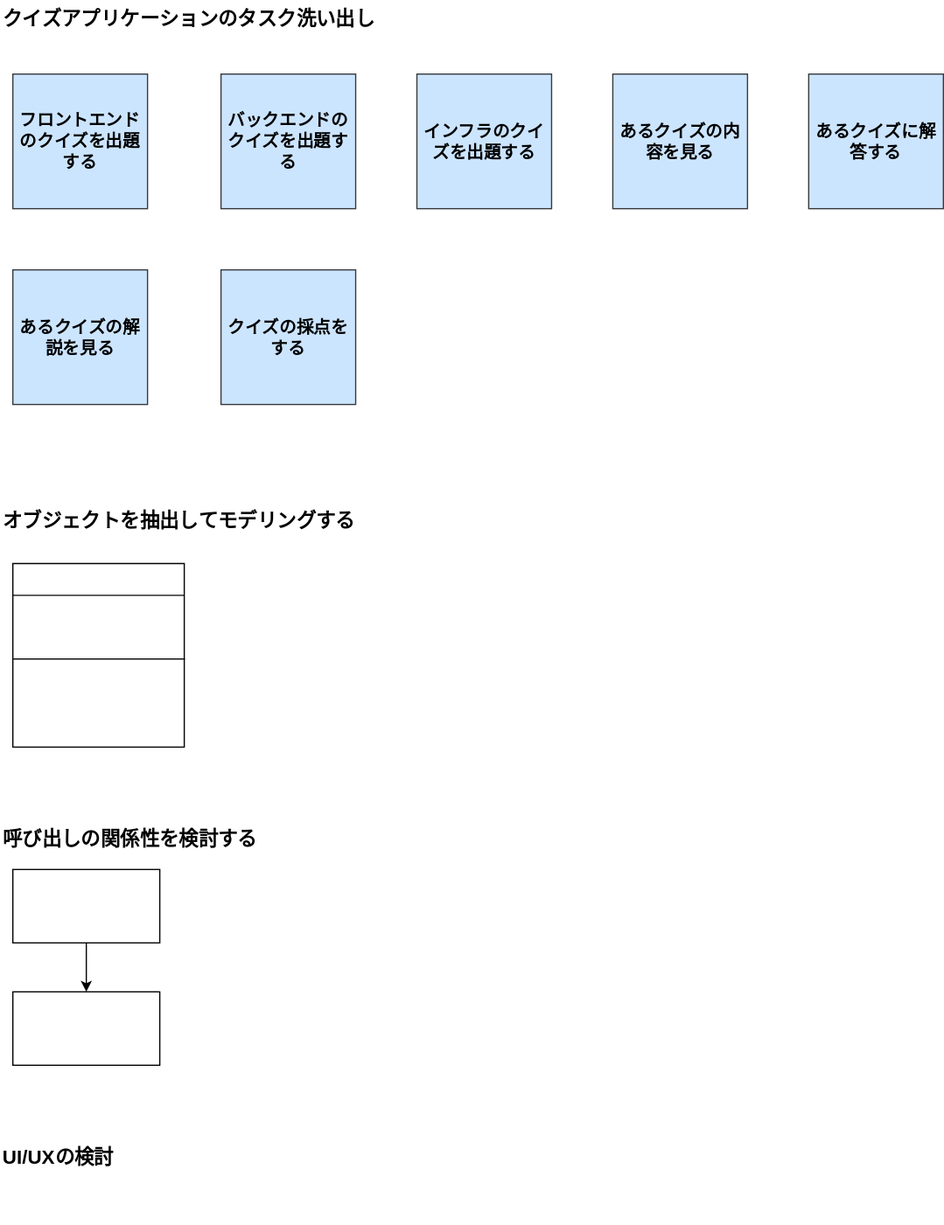
Above: 002-develop/web-developer-training-design/UI-modeling.drawio.svg in sekine555/web-developer-training (draw.io), before the change. Source tidied: cells renumbered, new cells last; positions are measured from the earlier drawing's top-left corner, leaving out a move shared by most shapes.
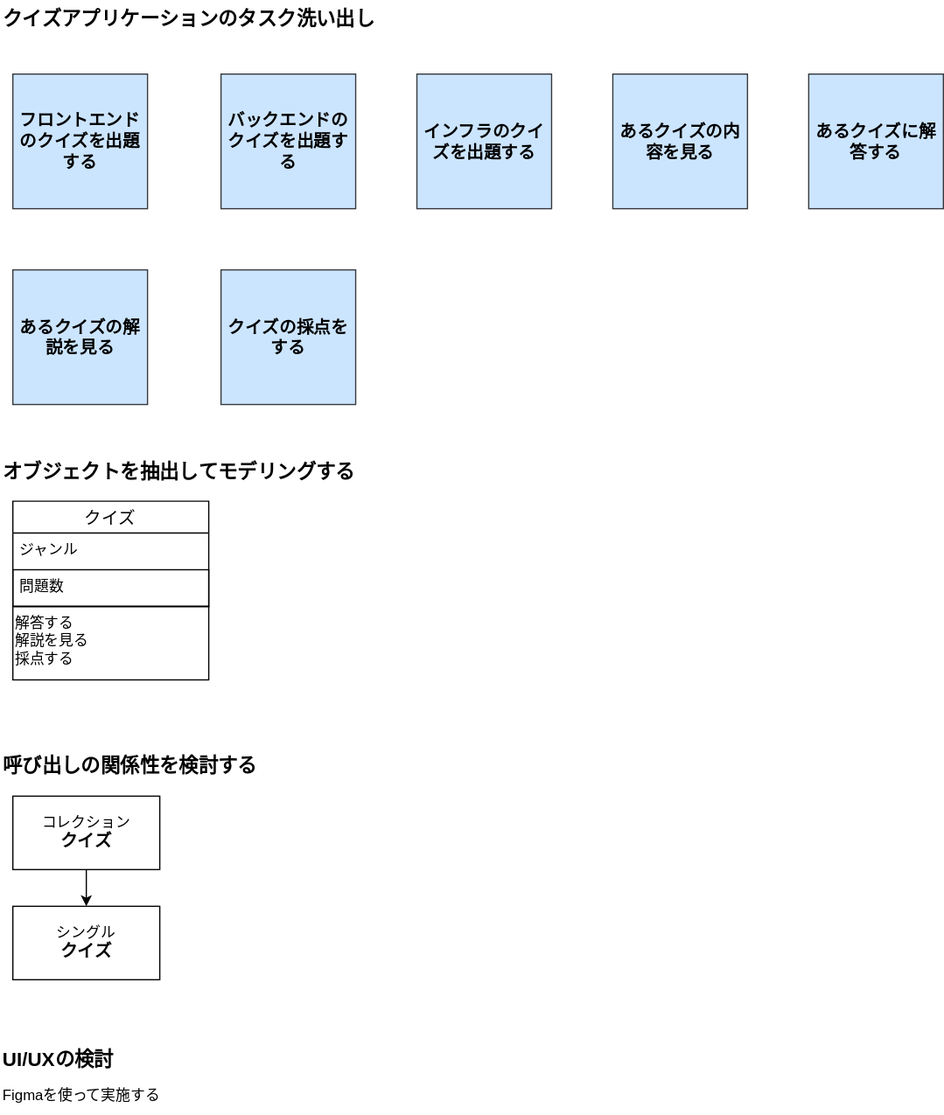
The same diagram one commit later.

Commit message:
docs: UI/UXのモデリング資料修正

Change to the diagram source:
```diff
@@ -1,8 +1,8 @@
-<mxGraphModel>
+<mxGraphModel background="#ffffff">
   <root>
     <mxCell id="0" />
     <mxCell id="1" parent="0" />
-    <mxCell id="2" value="クイズアプリケーションのタスク洗い出し" style="text;html=1;strokeColor=none;fillColor=none;align=left;verticalAlign=middle;whiteSpace=wrap;rounded=0;fontStyle=1;fontSize=16;" parent="1" vertex="1">
+    <mxCell id="2" value="クイズアプリケーションのタスク洗い出し" style="text;html=1;strokeColor=none;fillColor=none;align=left;verticalAlign=middle;whiteSpace=wrap;rounded=0;fontStyle=1;fontSize=16;fontColor=#000000;" parent="1" vertex="1">
       <mxGeometry width="340" height="30" as="geometry" />
     </mxCell>
     <mxCell id="3" value="フロントエンドのクイズを出題する" style="whiteSpace=wrap;html=1;fontSize=14;fillColor=#cce5ff;strokeColor=#36393d;fontStyle=1;fontColor=#000000;" parent="1" vertex="1">
@@ -26,41 +26,43 @@
     <mxCell id="9" value="クイズの採点をする" style="whiteSpace=wrap;html=1;fontSize=14;fillColor=#cce5ff;strokeColor=#36393d;fontStyle=1;fontColor=#000000;" parent="1" vertex="1">
       <mxGeometry x="180" y="220" width="110" height="110" as="geometry" />
     </mxCell>
-    <mxCell id="10" value="オブジェクトを抽出してモデリングする" style="text;html=1;strokeColor=none;fillColor=none;align=left;verticalAlign=middle;whiteSpace=wrap;rounded=0;fontStyle=1;fontSize=16;" parent="1" vertex="1">
-      <mxGeometry y="410" width="340" height="30" as="geometry" />
+    <mxCell id="10" value="オブジェクトを抽出してモデリングする" style="text;html=1;strokeColor=none;fillColor=none;align=left;verticalAlign=middle;whiteSpace=wrap;rounded=0;fontStyle=1;fontSize=16;fontColor=#000000;" parent="1" vertex="1">
+      <mxGeometry y="370" width="340" height="30" as="geometry" />
     </mxCell>
-    <mxCell id="11" style="group;" parent="1" vertex="1">
-      <mxGeometry x="10" y="460" width="140" height="150" as="geometry" />
-    </mxCell>
+    <mxCell id="16" value="呼び出しの関係性を検討する" style="text;html=1;strokeColor=none;fillColor=none;align=left;verticalAlign=middle;whiteSpace=wrap;rounded=0;fontStyle=1;fontSize=16;fontColor=#000000;" parent="1" vertex="1">
+      <mxGeometry y="610" width="340" height="30" as="geometry" />
+    </mxCell>
+    <mxCell id="19" style="endArrow=classic;html=1;fontSize=12;fontColor=#FFFFFF;exitX=0.5;exitY=1;exitDx=0;exitDy=0;entryX=0.5;entryY=0;entryDx=0;entryDy=0;strokeColor=#000000;" parent="1" edge="1" target="x">
+      <mxGeometry relative="1" as="geometry">
+        <mxPoint x="70" y="770" as="sourcePoint" />
+      </mxGeometry>
+    </mxCell>
+    <mxCell id="20" value="UI/UXの検討" style="text;html=1;strokeColor=none;fillColor=none;align=left;verticalAlign=middle;whiteSpace=wrap;rounded=0;fontStyle=1;fontSize=16;fontColor=#000000;" parent="1" vertex="1">
+      <mxGeometry y="850" width="340" height="30" as="geometry" />
+    </mxCell>
+    <mxCell id="21" value="Figmaを使って実施する" style="text;html=1;strokeColor=none;fillColor=none;align=left;verticalAlign=middle;whiteSpace=wrap;rounded=0;strokeWidth=1;fontSize=12;fontColor=#000000;" parent="1" vertex="1">
+      <mxGeometry y="880" width="220" height="30" as="geometry" />
+    </mxCell>
-    <mxCell id="12" value="クイズ" style="swimlane;fontStyle=0;horizontal=1;startSize=26;fillColor=none;html=1;fontSize=14;fontColor=#FFFFFF;" parent="11" vertex="1">
-      <mxGeometry width="140" height="78" as="geometry" />
+    <mxCell id="12" value="クイズ" style="swimlane;fontStyle=0;horizontal=1;startSize=26;align=center;fontSize=14;fillColor=none;fontColor=#000000;strokeColor=#000000;" parent="1" vertex="1">
+      <mxGeometry x="10" y="409" width="160" height="86" as="geometry" />
     </mxCell>
-    <mxCell id="13" value="ジャンル" style="text;strokeColor=none;fillColor=none;align=left;verticalAlign=top;spacingLeft=4;spacingRight=4;overflow=hidden;whiteSpace=wrap;html=1;fontSize=14;fontColor=#FFFFFF;" parent="12" vertex="1">
-      <mxGeometry y="26" width="140" height="26" as="geometry" />
+    <mxCell id="13" value="ジャンル" style="text;strokeColor=none;fillColor=none;spacingLeft=4;spacingRight=4;overflow=hidden;fontSize=12;fontColor=#000000;" parent="12" vertex="1">
+      <mxGeometry y="26" width="160" height="30" as="geometry" />
     </mxCell>
-    <mxCell id="14" value="問題数" style="text;strokeColor=none;fillColor=none;align=left;verticalAlign=top;spacingLeft=4;spacingRight=4;overflow=hidden;whiteSpace=wrap;html=1;fontSize=14;fontColor=#FFFFFF;" parent="12" vertex="1">
-      <mxGeometry y="52" width="140" height="26" as="geometry" />
+    <mxCell id="14" value="問題数" style="text;strokeColor=#000000;fillColor=none;spacingLeft=4;spacingRight=4;overflow=hidden;fontSize=12;fontColor=#000000;" parent="12" vertex="1">
+      <mxGeometry y="56" width="160" height="30" as="geometry" />
     </mxCell>
-    <mxCell id="15" value="&amp;nbsp;解答する&lt;br&gt;&amp;nbsp;解説を見る&lt;br&gt;&amp;nbsp;採点する" style="rounded=0;whiteSpace=wrap;html=1;fontSize=14;fontColor=#FFFFFF;align=left;verticalAlign=top;strokeWidth=1;" parent="11" vertex="1">
-      <mxGeometry y="78" width="140" height="72" as="geometry" />
+    <mxCell id="15" value="&amp;nbsp;解答する&lt;br&gt;&amp;nbsp;解説を見る&lt;br&gt;&amp;nbsp;採点する" style="rounded=0;whiteSpace=wrap;html=1;strokeColor=#000000;fontColor=#000000;fillColor=none;align=left;verticalAlign=top;spacingBottom=0;spacing=2;spacingTop=0;" parent="1" vertex="1">
+      <mxGeometry x="10" y="495" width="160" height="60" as="geometry" />
     </mxCell>
-    <mxCell id="16" value="呼び出しの関係性を検討する" style="text;html=1;strokeColor=none;fillColor=none;align=left;verticalAlign=middle;whiteSpace=wrap;rounded=0;fontStyle=1;fontSize=16;" parent="1" vertex="1">
-      <mxGeometry y="670" width="340" height="30" as="geometry" />
-    </mxCell>
-    <mxCell id="17" value="&lt;font style=&quot;font-size: 12px;&quot;&gt;コレクション&lt;/font&gt;&lt;br&gt;&lt;b&gt;クイズ&lt;/b&gt;" style="rounded=0;whiteSpace=wrap;html=1;strokeWidth=1;fontSize=14;fontColor=#FFFFFF;" parent="1" vertex="1">
-      <mxGeometry x="10" y="710" width="120" height="60" as="geometry" />
+    <mxCell id="17" value="コレクション&lt;br&gt;&lt;font style=&quot;font-size: 14px;&quot;&gt;&lt;b&gt;クイズ&lt;/b&gt;&lt;/font&gt;" style="rounded=0;whiteSpace=wrap;html=1;strokeColor=#000000;fontColor=#000000;fillColor=none;" parent="1" vertex="1">
+      <mxGeometry x="10" y="650" width="120" height="60" as="geometry" />
     </mxCell>
-    <mxCell id="18" value="&lt;font style=&quot;font-size: 12px;&quot;&gt;シングル&lt;/font&gt;&lt;br&gt;&lt;b&gt;クイズ&lt;/b&gt;" style="rounded=0;whiteSpace=wrap;html=1;strokeWidth=1;fontSize=14;fontColor=#FFFFFF;" parent="1" vertex="1">
-      <mxGeometry x="10" y="810" width="120" height="60" as="geometry" />
+    <mxCell id="18" value="シングル&lt;br&gt;&lt;font style=&quot;font-size: 14px;&quot;&gt;&lt;b&gt;クイズ&lt;/b&gt;&lt;/font&gt;" style="rounded=0;whiteSpace=wrap;html=1;strokeColor=#000000;fontColor=#000000;fillColor=none;" parent="1" vertex="1">
+      <mxGeometry x="10" y="740" width="120" height="60" as="geometry" />
     </mxCell>
-    <mxCell id="19" style="endArrow=classic;html=1;fontSize=12;fontColor=#FFFFFF;exitX=0.5;exitY=1;exitDx=0;exitDy=0;entryX=0.5;entryY=0;entryDx=0;entryDy=0;" parent="1" edge="1" source="17" target="18">
-      <mxGeometry relative="1" as="geometry" />
-    </mxCell>
-    <mxCell id="20" value="UI/UXの検討" style="text;html=1;strokeColor=none;fillColor=none;align=left;verticalAlign=middle;whiteSpace=wrap;rounded=0;fontStyle=1;fontSize=16;" parent="1" vertex="1">
-      <mxGeometry y="930" width="340" height="30" as="geometry" />
-    </mxCell>
-    <mxCell id="21" value="Figmaを使って実施する" style="text;html=1;strokeColor=none;fillColor=none;align=left;verticalAlign=middle;whiteSpace=wrap;rounded=0;strokeWidth=1;fontSize=12;fontColor=#FFFFFF;" parent="1" vertex="1">
-      <mxGeometry y="970" width="220" height="30" as="geometry" />
-    </mxCell>
+    <mxCell id="22" style="endArrow=classic;html=1;fontSize=14;fontColor=#000000;strokeColor=#000000;exitX=0.5;exitY=1;exitDx=0;exitDy=0;entryX=0.5;entryY=0;entryDx=0;entryDy=0;" parent="1" edge="1" source="17" target="18">
+      <mxGeometry relative="1" as="geometry" />
+    </mxCell>
   </root>
 </mxGraphModel>
```
